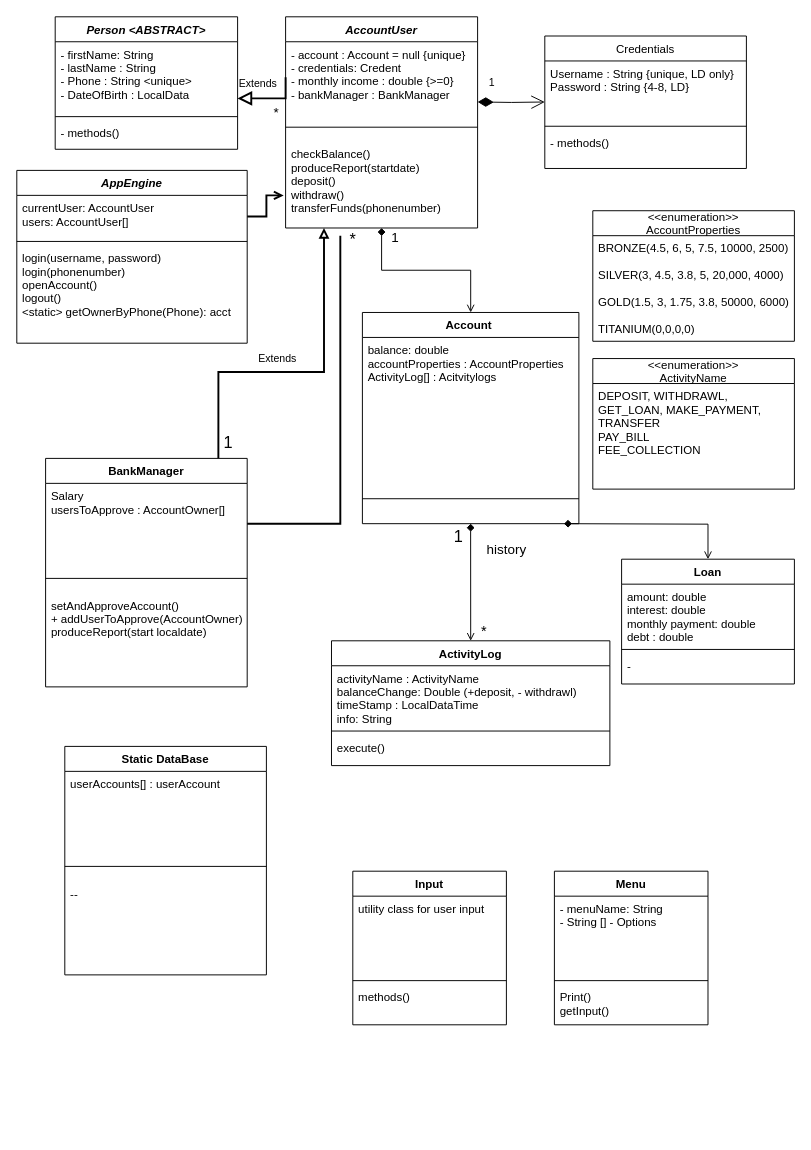
Earlier version of the draw.io diagram Documents/BankingProjectUML.drawio (amirshac/BankingProject). Source tidied: cells renumbered, new cells numbered last; positions are measured from the earlier drawing's top-left corner, leaving out a move shared by most shapes. Both pictures are drawn from the tidied source at 96%, with x=0, y=0 at pixel (16, 16).
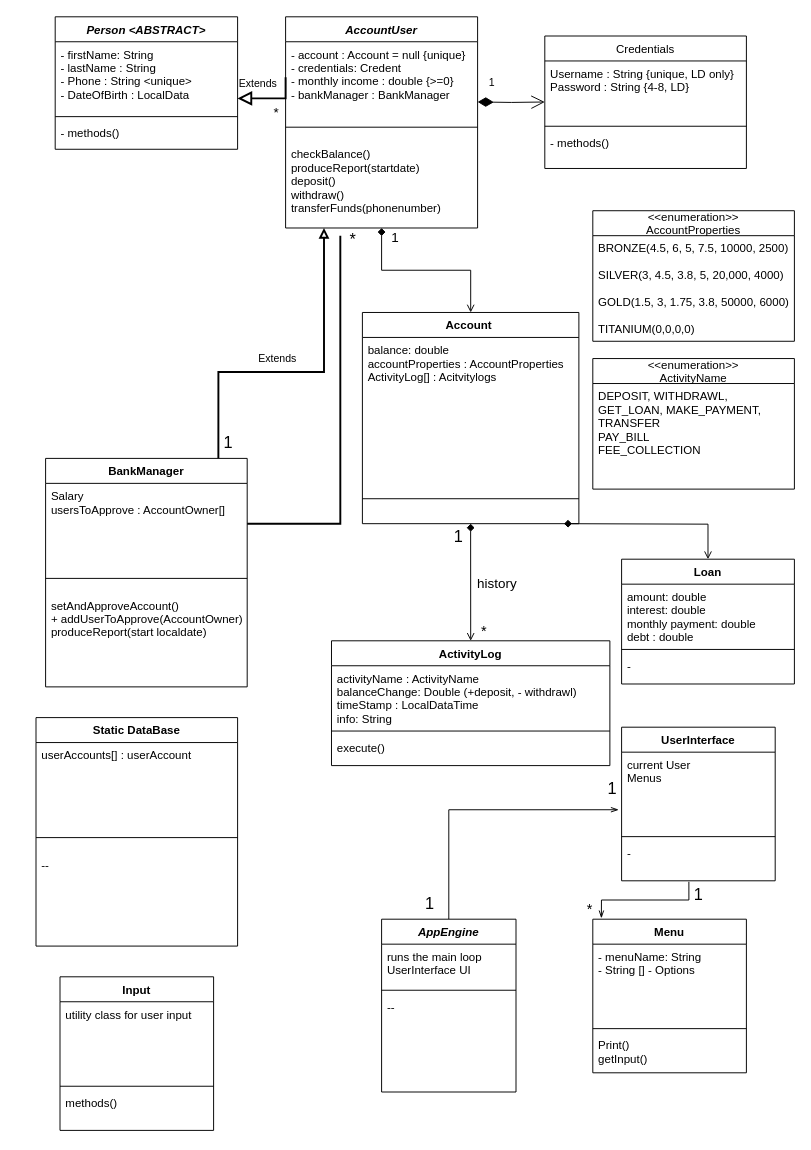
After the change.

The change refers to these unchanged cells:
```xml
<mxCell id="6" value="checkBalance()&#10;produceReport(startdate)&#10;deposit()&#10;withdraw()&#10;transferFunds(phonenumber)" style="text;align=left;verticalAlign=top;spacingLeft=4;spacingRight=4;overflow=hidden;points=[[0,0.5],[1,0.5]];portConstraint=eastwest;rounded=0;shadow=0;html=0;" parent="3" vertex="1">
  <mxGeometry y="130" width="200" height="74" as="geometry" />
</mxCell>
```

What changed in the source:
```diff
@@
     <mxCell id="27" value="Menu" style="swimlane;fontStyle=1;align=center;verticalAlign=top;horizontal=1;startSize=26;" parent="1" vertex="1">
-      <mxGeometry x="560" y="890" width="160" height="160" as="geometry" />
+      <mxGeometry x="600" y="940" width="160" height="160" as="geometry" />
     </mxCell>
@@
+    <mxCell id="66" style="edgeStyle=orthogonalEdgeStyle;rounded=0;jettySize=auto;html=1;exitX=0.5;exitY=0;exitDx=0;exitDy=0;endArrow=openThin;endFill=0;entryX=-0.019;entryY=0.714;entryDx=0;entryDy=0;entryPerimeter=0;" parent="1" edge="1" source="31" target="68">
+      <mxGeometry relative="1" as="geometry" />
+    </mxCell>
     <mxCell id="31" value="AppEngine" style="swimlane;fontStyle=3;align=center;verticalAlign=top;horizontal=1;startSize=26;rounded=0;shadow=0;strokeWidth=1;" parent="1" vertex="1">
-      <mxGeometry y="160" width="240" height="180" as="geometry" />
+      <mxGeometry x="380" y="940" width="140" height="180" as="geometry" />
     </mxCell>
-    <mxCell id="32" value="currentUser: AccountUser&#10;users: AccountUser[]" style="text;align=left;verticalAlign=top;spacingLeft=4;spacingRight=4;overflow=hidden;points=[[0,0.5],[1,0.5]];portConstraint=eastwest;rounded=0;shadow=0;html=0;" parent="31" vertex="1">
-      <mxGeometry y="26" width="240" height="44" as="geometry" />
+    <mxCell id="32" value="runs the main loop&#10;UserInterface UI" style="text;align=left;verticalAlign=top;spacingLeft=4;spacingRight=4;overflow=hidden;points=[[0,0.5],[1,0.5]];portConstraint=eastwest;rounded=0;shadow=0;html=0;" parent="31" vertex="1">
+      <mxGeometry y="26" width="140" height="44" as="geometry" />
     </mxCell>
     <mxCell id="33" style="line;html=1;strokeWidth=1;align=left;verticalAlign=middle;spacingTop=-1;spacingLeft=3;spacingRight=3;labelPosition=right;" parent="31" vertex="1">
-      <mxGeometry y="70" width="240" height="8" as="geometry" />
+      <mxGeometry y="70" width="140" height="8" as="geometry" />
     </mxCell>
-    <mxCell id="34" value="login(username, password)&#10;login(phonenumber)&#10;openAccount()&#10;logout()&#10;&lt;static&gt; getOwnerByPhone(Phone): acct&#10;" style="text;align=left;verticalAlign=top;spacingLeft=4;spacingRight=4;overflow=hidden;fontStyle=0;" parent="31" vertex="1">
-      <mxGeometry y="78" width="240" height="82" as="geometry" />
+    <mxCell id="34" value="--" style="text;align=left;verticalAlign=top;spacingLeft=4;spacingRight=4;overflow=hidden;fontStyle=0;" parent="31" vertex="1">
+      <mxGeometry y="78" width="140" height="82" as="geometry" />
     </mxCell>
@@
     <mxCell id="39" value="history" style="text;html=1;align=center;verticalAlign=middle;strokeColor=none;fillColor=none;fontSize=14;" parent="1" vertex="1">
-      <mxGeometry x="480" y="545" width="60" height="20" as="geometry" />
+      <mxGeometry x="470" y="580" width="60" height="20" as="geometry" />
     </mxCell>
@@
-    <mxCell id="43" style="edgeStyle=orthogonalEdgeStyle;rounded=0;jettySize=auto;html=1;exitX=1;exitY=0.5;exitDx=0;exitDy=0;fontSize=14;startArrow=none;startFill=0;endArrow=open;endFill=0;strokeWidth=2;entryX=-0.01;entryY=0.757;entryDx=0;entryDy=0;entryPerimeter=0;" parent="1" edge="1" source="32" target="6">
-      <mxGeometry relative="1" as="geometry" />
-    </mxCell>
@@
     <mxCell id="53" value="Input" style="swimlane;fontStyle=1;align=center;verticalAlign=top;horizontal=1;startSize=26;" parent="1" vertex="1">
-      <mxGeometry x="350" y="890" width="160" height="160" as="geometry" />
+      <mxGeometry x="45" y="1000" width="160" height="160" as="geometry" />
     </mxCell>
@@
     <mxCell id="57" value="Static DataBase" style="swimlane;fontStyle=1;align=center;verticalAlign=top;horizontal=1;startSize=26;rounded=0;shadow=0;strokeWidth=1;" parent="1" vertex="1">
-      <mxGeometry x="50" y="760" width="210" height="238" as="geometry" />
+      <mxGeometry x="20" y="730" width="210" height="238" as="geometry" />
     </mxCell>
@@
+    <mxCell id="67" value="UserInterface" style="swimlane;fontStyle=1;align=center;verticalAlign=top;horizontal=1;startSize=26;" parent="1" vertex="1">
+      <mxGeometry x="630" y="740" width="160" height="160" as="geometry" />
+    </mxCell>
+    <mxCell id="68" value="current User&#10;Menus&#10;" style="text;strokeColor=none;fillColor=none;align=left;verticalAlign=top;spacingLeft=4;spacingRight=4;overflow=hidden;points=[[0,0.5],[1,0.5]];portConstraint=eastwest;" parent="67" vertex="1">
+      <mxGeometry y="26" width="160" height="84" as="geometry" />
+    </mxCell>
+    <mxCell id="69" style="line;strokeWidth=1;fillColor=none;align=left;verticalAlign=middle;spacingTop=-1;spacingLeft=3;spacingRight=3;labelPosition=right;" parent="67" vertex="1">
+      <mxGeometry y="110" width="160" height="8" as="geometry" />
+    </mxCell>
+    <mxCell id="70" value="-" style="text;strokeColor=none;fillColor=none;align=left;verticalAlign=top;spacingLeft=4;spacingRight=4;overflow=hidden;points=[[0,0.5],[1,0.5]];portConstraint=eastwest;" parent="67" vertex="1">
+      <mxGeometry y="118" width="160" height="42" as="geometry" />
+    </mxCell>
+    <mxCell id="71" style="edgeStyle=orthogonalEdgeStyle;rounded=0;jettySize=auto;html=1;exitX=0.438;exitY=1.024;exitDx=0;exitDy=0;entryX=0.056;entryY=-0.006;entryDx=0;entryDy=0;entryPerimeter=0;endArrow=openThin;endFill=0;exitPerimeter=0;" parent="1" edge="1" source="70" target="27">
+      <mxGeometry relative="1" as="geometry" />
+    </mxCell>
+    <mxCell id="72" value="&lt;font style=&quot;font-size: 15px&quot;&gt;*&lt;/font&gt;" style="edgeLabel;html=1;align=right;verticalAlign=bottom;" parent="1" vertex="1">
+      <mxGeometry x="600" y="940" as="geometry" />
+    </mxCell>
+    <mxCell id="73" value="1" style="text;html=1;align=center;verticalAlign=middle;strokeColor=none;fillColor=none;fontSize=17;" parent="1" vertex="1">
+      <mxGeometry x="700" y="900" width="20" height="30" as="geometry" />
+    </mxCell>
+    <mxCell id="74" value="1" style="text;html=1;align=center;verticalAlign=middle;strokeColor=none;fillColor=none;fontSize=17;" parent="1" vertex="1">
+      <mxGeometry x="610" y="790" width="20" height="30" as="geometry" />
+    </mxCell>
+    <mxCell id="75" value="1" style="text;html=1;align=center;verticalAlign=middle;strokeColor=none;fillColor=none;fontSize=17;" parent="1" vertex="1">
+      <mxGeometry x="420" y="910" width="20" height="30" as="geometry" />
+    </mxCell>
```
